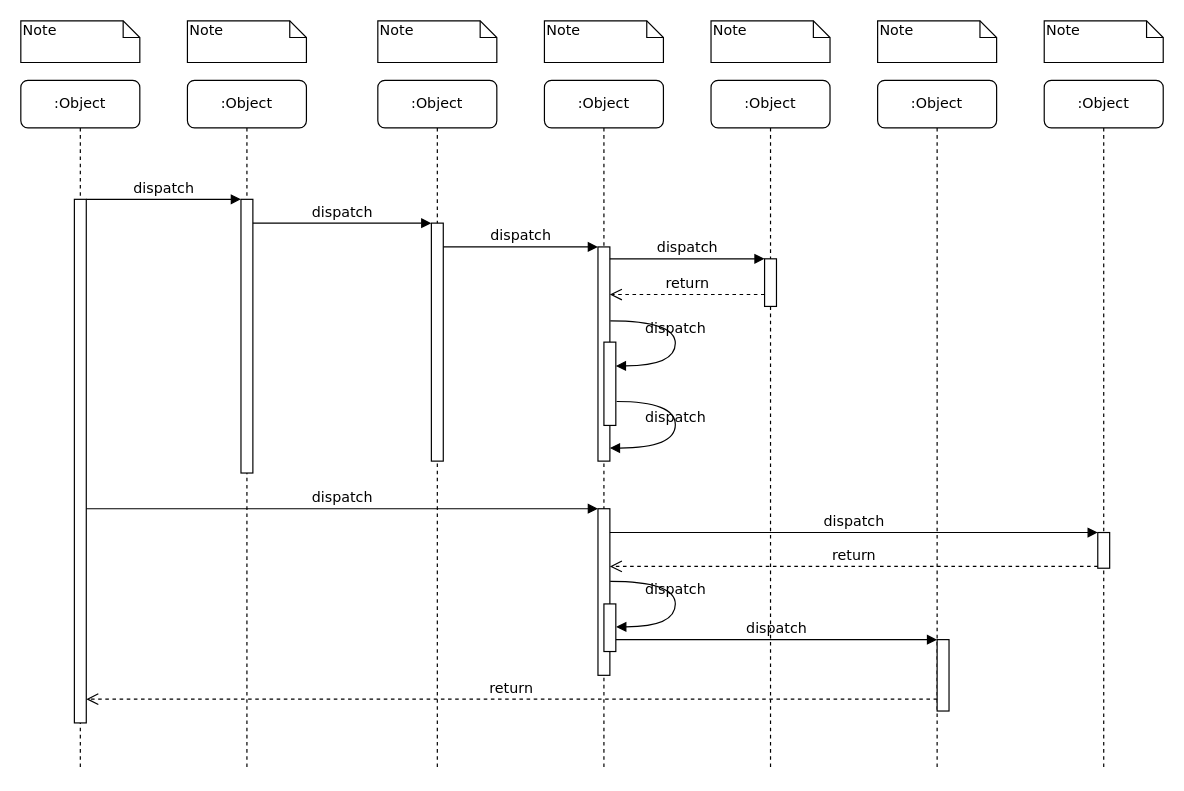
Above: sequence coursework.drawio in StanEkso/kanban-projecting (draw.io), before the change. Source tidied: cells renumbered, new cells numbered last; positions are measured from the earlier drawing's top-left corner, leaving out a move shared by most shapes. Both pictures are drawn from the tidied source at 119%, with x=0, y=0 at pixel (20, 20).
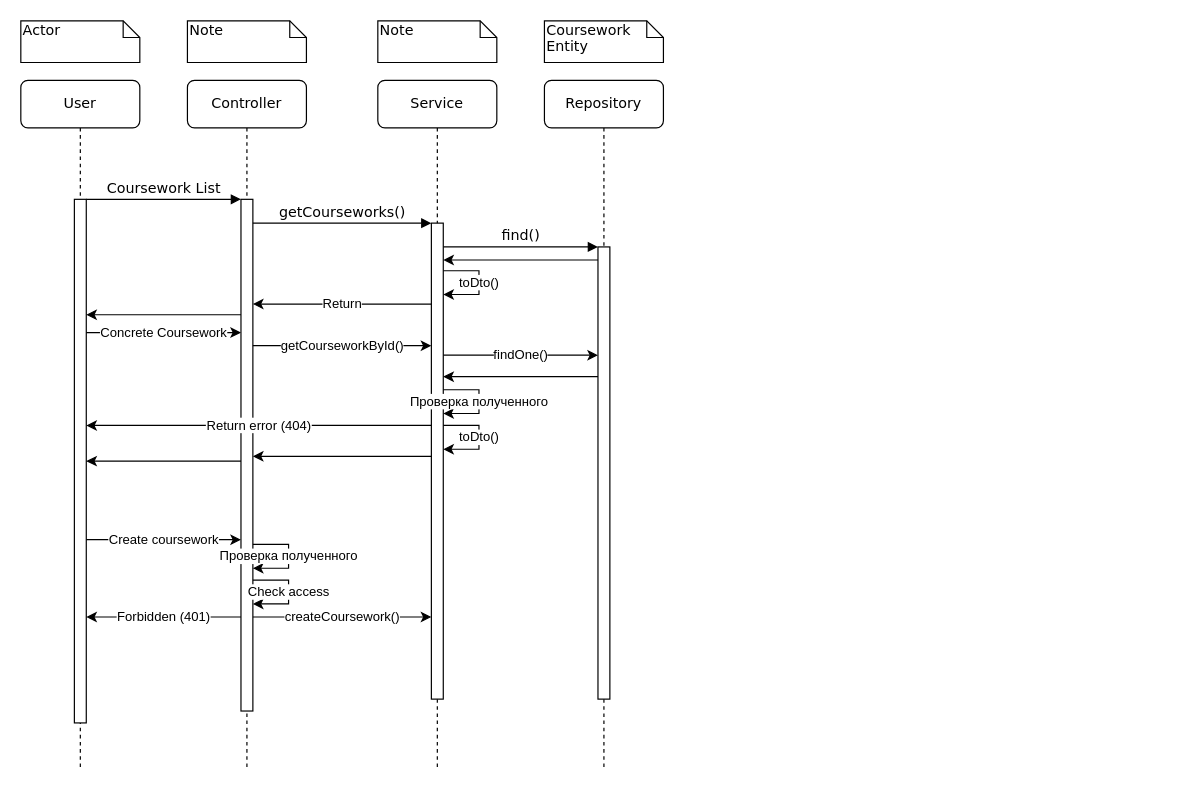
The same page after the edit.

Commit message:
feat: some functionality with coursework

The change refers to these unchanged cells:
```xml
<mxCell id="11" style="html=1;points=[];perimeter=orthogonalPerimeter;rounded=0;shadow=0;comic=0;labelBackgroundColor=none;strokeWidth=1;fontFamily=Verdana;fontSize=12;align=center;" parent="10" vertex="1">
  <mxGeometry x="45" y="100" width="10" height="440" as="geometry" />
</mxCell>
```

The edit, as a diff of the source:
```diff
@@
-    <mxCell id="2" value=":Object" style="shape=umlLifeline;perimeter=lifelinePerimeter;whiteSpace=wrap;html=1;rounded=1;shadow=0;comic=0;labelBackgroundColor=none;strokeWidth=1;fontFamily=Verdana;fontSize=12;align=center;" parent="1" vertex="1">
+    <mxCell id="2" value="Controller" style="shape=umlLifeline;perimeter=lifelinePerimeter;whiteSpace=wrap;html=1;rounded=1;shadow=0;comic=0;labelBackgroundColor=none;strokeWidth=1;fontFamily=Verdana;fontSize=12;align=center;" parent="1" vertex="1">
       <mxGeometry x="140" y="50" width="100" height="580" as="geometry" />
     </mxCell>
     <mxCell id="3" style="html=1;points=[];perimeter=orthogonalPerimeter;rounded=0;shadow=0;comic=0;labelBackgroundColor=none;strokeWidth=1;fontFamily=Verdana;fontSize=12;align=center;" parent="2" vertex="1">
-      <mxGeometry x="45" y="100" width="10" height="230" as="geometry" />
+      <mxGeometry x="45" y="100" width="10" height="430" as="geometry" />
     </mxCell>
+    <mxCell id="39" value="Проверка полученного" style="endArrow=classic;html=1;rounded=0;" parent="2" edge="1">
+      <mxGeometry relative="1" as="geometry">
+        <mxPoint x="55" y="390" as="sourcePoint" />
+        <mxPoint x="55" y="410" as="targetPoint" />
+        <Array as="points">
+          <mxPoint x="85" y="390" />
+          <mxPoint x="85" y="410" />
+        </Array>
+      </mxGeometry>
+    </mxCell>
+    <mxCell id="40" value="Check access" style="endArrow=classic;html=1;rounded=0;" parent="2" edge="1">
+      <mxGeometry relative="1" as="geometry">
+        <mxPoint x="55" y="420" as="sourcePoint" />
+        <mxPoint x="55" y="440" as="targetPoint" />
+        <Array as="points">
+          <mxPoint x="85" y="420" />
+          <mxPoint x="85" y="440" />
+        </Array>
+      </mxGeometry>
+    </mxCell>
-    <mxCell id="4" value=":Object" style="shape=umlLifeline;perimeter=lifelinePerimeter;whiteSpace=wrap;html=1;rounded=1;shadow=0;comic=0;labelBackgroundColor=none;strokeWidth=1;fontFamily=Verdana;fontSize=12;align=center;" parent="1" vertex="1">
+    <mxCell id="4" value="Service" style="shape=umlLifeline;perimeter=lifelinePerimeter;whiteSpace=wrap;html=1;rounded=1;shadow=0;comic=0;labelBackgroundColor=none;strokeWidth=1;fontFamily=Verdana;fontSize=12;align=center;" parent="1" vertex="1">
       <mxGeometry x="300" y="50" width="100" height="580" as="geometry" />
     </mxCell>
     <mxCell id="5" style="html=1;points=[];perimeter=orthogonalPerimeter;rounded=0;shadow=0;comic=0;labelBackgroundColor=none;strokeWidth=1;fontFamily=Verdana;fontSize=12;align=center;" parent="4" vertex="1">
-      <mxGeometry x="45" y="120" width="10" height="200" as="geometry" />
+      <mxGeometry x="45" y="120" width="10" height="400" as="geometry" />
     </mxCell>
+    <mxCell id="41" value="toDto()" style="endArrow=classic;html=1;rounded=0;" parent="4" edge="1" source="5">
+      <mxGeometry relative="1" as="geometry">
+        <mxPoint x="55" y="180" as="targetPoint" />
+        <Array as="points">
+          <mxPoint x="85" y="160" />
+          <mxPoint x="85" y="180" />
+        </Array>
+      </mxGeometry>
+    </mxCell>
+    <mxCell id="42" value="Проверка полученного" style="endArrow=classic;html=1;rounded=0;" parent="4" edge="1">
+      <mxGeometry relative="1" as="geometry">
+        <mxPoint x="55" y="260" as="sourcePoint" />
+        <mxPoint x="55" y="280" as="targetPoint" />
+        <Array as="points">
+          <mxPoint x="85" y="260" />
+          <mxPoint x="85" y="280" />
+        </Array>
+      </mxGeometry>
+    </mxCell>
+    <mxCell id="43" value="toDto()" style="endArrow=classic;html=1;rounded=0;" parent="4" edge="1">
+      <mxGeometry relative="1" as="geometry">
+        <mxPoint x="55" y="290" as="sourcePoint" />
+        <mxPoint x="55" y="310" as="targetPoint" />
+        <Array as="points">
+          <mxPoint x="85" y="290" />
+          <mxPoint x="85" y="310" />
+        </Array>
+      </mxGeometry>
+    </mxCell>
-    <mxCell id="6" value=":Object" style="shape=umlLifeline;perimeter=lifelinePerimeter;whiteSpace=wrap;html=1;rounded=1;shadow=0;comic=0;labelBackgroundColor=none;strokeWidth=1;fontFamily=Verdana;fontSize=12;align=center;" parent="1" vertex="1">
+    <mxCell id="6" value="Repository" style="shape=umlLifeline;perimeter=lifelinePerimeter;whiteSpace=wrap;html=1;rounded=1;shadow=0;comic=0;labelBackgroundColor=none;strokeWidth=1;fontFamily=Verdana;fontSize=12;align=center;" parent="1" vertex="1">
       <mxGeometry x="440" y="50" width="100" height="580" as="geometry" />
     </mxCell>
-    <mxCell id="7" value=":Object" style="shape=umlLifeline;perimeter=lifelinePerimeter;whiteSpace=wrap;html=1;rounded=1;shadow=0;comic=0;labelBackgroundColor=none;strokeWidth=1;fontFamily=Verdana;fontSize=12;align=center;" parent="1" vertex="1">
-      <mxGeometry x="580" y="50" width="100" height="580" as="geometry" />
-    </mxCell>
-    <mxCell id="8" value=":Object" style="shape=umlLifeline;perimeter=lifelinePerimeter;whiteSpace=wrap;html=1;rounded=1;shadow=0;comic=0;labelBackgroundColor=none;strokeWidth=1;fontFamily=Verdana;fontSize=12;align=center;" parent="1" vertex="1">
-      <mxGeometry x="720" y="50" width="100" height="580" as="geometry" />
-    </mxCell>
-    <mxCell id="9" value=":Object" style="shape=umlLifeline;perimeter=lifelinePerimeter;whiteSpace=wrap;html=1;rounded=1;shadow=0;comic=0;labelBackgroundColor=none;strokeWidth=1;fontFamily=Verdana;fontSize=12;align=center;" parent="1" vertex="1">
-      <mxGeometry x="860" y="50" width="100" height="580" as="geometry" />
-    </mxCell>
-    <mxCell id="10" value=":Object" style="shape=umlLifeline;perimeter=lifelinePerimeter;whiteSpace=wrap;html=1;rounded=1;shadow=0;comic=0;labelBackgroundColor=none;strokeWidth=1;fontFamily=Verdana;fontSize=12;align=center;" parent="1" vertex="1">
+    <mxCell id="10" value="User" style="shape=umlLifeline;perimeter=lifelinePerimeter;whiteSpace=wrap;html=1;rounded=1;shadow=0;comic=0;labelBackgroundColor=none;strokeWidth=1;fontFamily=Verdana;fontSize=12;align=center;" parent="1" vertex="1">
       <mxGeometry y="50" width="100" height="580" as="geometry" />
     </mxCell>
@@
     <mxCell id="12" style="html=1;points=[];perimeter=orthogonalPerimeter;rounded=0;shadow=0;comic=0;labelBackgroundColor=none;strokeWidth=1;fontFamily=Verdana;fontSize=12;align=center;" parent="1" vertex="1">
-      <mxGeometry x="485" y="190" width="10" height="180" as="geometry" />
+      <mxGeometry x="485" y="190" width="10" height="380" as="geometry" />
     </mxCell>
-    <mxCell id="13" value="dispatch" style="html=1;verticalAlign=bottom;endArrow=block;labelBackgroundColor=none;fontFamily=Verdana;fontSize=12;edgeStyle=elbowEdgeStyle;elbow=vertical;" parent="1" edge="1" source="5" target="12">
+    <mxCell id="13" value="find()" style="html=1;verticalAlign=bottom;endArrow=block;labelBackgroundColor=none;fontFamily=Verdana;fontSize=12;edgeStyle=elbowEdgeStyle;elbow=vertical;" parent="1" edge="1" source="5" target="12">
       <mxGeometry relative="1" as="geometry">
         <Array as="points">
           <mxPoint x="360" y="190" />
         </Array>
       </mxGeometry>
     </mxCell>
-    <mxCell id="14" style="html=1;points=[];perimeter=orthogonalPerimeter;rounded=0;shadow=0;comic=0;labelBackgroundColor=none;strokeWidth=1;fontFamily=Verdana;fontSize=12;align=center;" parent="1" vertex="1">
-      <mxGeometry x="625" y="200" width="10" height="40" as="geometry" />
-    </mxCell>
-    <mxCell id="15" value="dispatch" style="html=1;verticalAlign=bottom;endArrow=block;entryX=0;entryY=0;labelBackgroundColor=none;fontFamily=Verdana;fontSize=12;edgeStyle=elbowEdgeStyle;elbow=vertical;" parent="1" edge="1" source="12" target="14">
-      <mxGeometry relative="1" as="geometry" />
-    </mxCell>
-    <mxCell id="16" value="return" style="html=1;verticalAlign=bottom;endArrow=open;dashed=1;endSize=8;labelBackgroundColor=none;fontFamily=Verdana;fontSize=12;edgeStyle=elbowEdgeStyle;elbow=vertical;" parent="1" edge="1" source="14" target="12">
-      <mxGeometry relative="1" as="geometry">
-        <Array as="points">
-          <mxPoint x="570" y="230" />
-          <mxPoint x="600" y="230" />
-        </Array>
-      </mxGeometry>
-    </mxCell>
-    <mxCell id="17" style="html=1;points=[];perimeter=orthogonalPerimeter;rounded=0;shadow=0;comic=0;labelBackgroundColor=none;strokeWidth=1;fontFamily=Verdana;fontSize=12;align=center;" parent="1" vertex="1">
-      <mxGeometry x="485" y="410" width="10" height="140" as="geometry" />
-    </mxCell>
-    <mxCell id="18" value="dispatch" style="html=1;verticalAlign=bottom;endArrow=block;entryX=0;entryY=0;labelBackgroundColor=none;fontFamily=Verdana;fontSize=12;" parent="1" edge="1" source="11" target="17">
-      <mxGeometry relative="1" as="geometry" />
-    </mxCell>
-    <mxCell id="19" style="html=1;points=[];perimeter=orthogonalPerimeter;rounded=0;shadow=0;comic=0;labelBackgroundColor=none;strokeColor=#000000;strokeWidth=1;fillColor=#FFFFFF;fontFamily=Verdana;fontSize=12;fontColor=#000000;align=center;" parent="1" vertex="1">
-      <mxGeometry x="905" y="430" width="10" height="30" as="geometry" />
-    </mxCell>
-    <mxCell id="20" value="dispatch" style="html=1;verticalAlign=bottom;endArrow=block;entryX=0;entryY=0;labelBackgroundColor=none;fontFamily=Verdana;fontSize=12;" parent="1" edge="1" source="17" target="19">
-      <mxGeometry relative="1" as="geometry" />
-    </mxCell>
-    <mxCell id="21" value="return" style="html=1;verticalAlign=bottom;endArrow=open;dashed=1;endSize=8;exitX=0;exitY=0.95;labelBackgroundColor=none;fontFamily=Verdana;fontSize=12;" parent="1" edge="1" source="19" target="17">
-      <mxGeometry relative="1" as="geometry" />
-    </mxCell>
-    <mxCell id="22" style="html=1;points=[];perimeter=orthogonalPerimeter;rounded=0;shadow=0;comic=0;labelBackgroundColor=none;strokeWidth=1;fontFamily=Verdana;fontSize=12;align=center;" parent="1" vertex="1">
-      <mxGeometry x="770" y="520" width="10" height="60" as="geometry" />
-    </mxCell>
-    <mxCell id="23" value="dispatch" style="html=1;verticalAlign=bottom;endArrow=block;entryX=0;entryY=0;labelBackgroundColor=none;fontFamily=Verdana;fontSize=12;edgeStyle=elbowEdgeStyle;elbow=vertical;" parent="1" edge="1" source="30" target="22">
-      <mxGeometry relative="1" as="geometry" />
-    </mxCell>
-    <mxCell id="24" value="return" style="html=1;verticalAlign=bottom;endArrow=open;dashed=1;endSize=8;labelBackgroundColor=none;fontFamily=Verdana;fontSize=12;edgeStyle=elbowEdgeStyle;elbow=vertical;" parent="1" edge="1" source="22" target="11">
-      <mxGeometry relative="1" as="geometry">
-        <Array as="points">
-          <mxPoint x="470" y="570" />
-        </Array>
-      </mxGeometry>
-    </mxCell>
-    <mxCell id="25" value="dispatch" style="html=1;verticalAlign=bottom;endArrow=block;entryX=0;entryY=0;labelBackgroundColor=none;fontFamily=Verdana;fontSize=12;edgeStyle=elbowEdgeStyle;elbow=vertical;" parent="1" edge="1" source="11" target="3">
+    <mxCell id="25" value="Coursework List" style="html=1;verticalAlign=bottom;endArrow=block;entryX=0;entryY=0;labelBackgroundColor=none;fontFamily=Verdana;fontSize=12;edgeStyle=elbowEdgeStyle;elbow=vertical;" parent="1" edge="1" source="11" target="3">
       <mxGeometry relative="1" as="geometry" />
     </mxCell>
-    <mxCell id="26" value="dispatch" style="html=1;verticalAlign=bottom;endArrow=block;entryX=0;entryY=0;labelBackgroundColor=none;fontFamily=Verdana;fontSize=12;edgeStyle=elbowEdgeStyle;elbow=vertical;" parent="1" edge="1" source="3" target="5">
+    <mxCell id="26" value="getCourseworks()" style="html=1;verticalAlign=bottom;endArrow=block;entryX=0;entryY=0;labelBackgroundColor=none;fontFamily=Verdana;fontSize=12;edgeStyle=elbowEdgeStyle;elbow=vertical;" parent="1" edge="1" source="3" target="5">
       <mxGeometry relative="1" as="geometry" />
     </mxCell>
-    <mxCell id="27" style="html=1;points=[];perimeter=orthogonalPerimeter;rounded=0;shadow=0;comic=0;labelBackgroundColor=none;strokeWidth=1;fontFamily=Verdana;fontSize=12;align=center;" parent="1" vertex="1">
-      <mxGeometry x="490" y="270" width="10" height="70" as="geometry" />
-    </mxCell>
-    <mxCell id="28" value="dispatch" style="html=1;verticalAlign=bottom;endArrow=block;labelBackgroundColor=none;fontFamily=Verdana;fontSize=12;elbow=vertical;edgeStyle=orthogonalEdgeStyle;curved=1;entryX=1;entryY=0.286;entryPerimeter=0;exitX=1.038;exitY=0.345;exitPerimeter=0;" parent="1" edge="1" source="12" target="27">
-      <mxGeometry relative="1" as="geometry">
-        <Array as="points">
-          <mxPoint x="550" y="252" />
-          <mxPoint x="550" y="290" />
-        </Array>
-      </mxGeometry>
-    </mxCell>
-    <mxCell id="29" value="dispatch" style="html=1;verticalAlign=bottom;endArrow=block;labelBackgroundColor=none;fontFamily=Verdana;fontSize=12;elbow=vertical;edgeStyle=orthogonalEdgeStyle;curved=1;exitX=1.066;exitY=0.713;exitPerimeter=0;" parent="1" edge="1" source="27">
-      <mxGeometry relative="1" as="geometry">
-        <mxPoint x="495" y="359" as="targetPoint" />
-        <Array as="points">
-          <mxPoint x="550" y="320" />
-          <mxPoint x="550" y="359" />
-        </Array>
-      </mxGeometry>
-    </mxCell>
-    <mxCell id="30" style="html=1;points=[];perimeter=orthogonalPerimeter;rounded=0;shadow=0;comic=0;labelBackgroundColor=none;strokeWidth=1;fontFamily=Verdana;fontSize=12;align=center;" parent="1" vertex="1">
-      <mxGeometry x="490" y="490" width="10" height="40" as="geometry" />
-    </mxCell>
-    <mxCell id="31" value="dispatch" style="html=1;verticalAlign=bottom;endArrow=block;labelBackgroundColor=none;fontFamily=Verdana;fontSize=12;elbow=vertical;edgeStyle=orthogonalEdgeStyle;curved=1;entryX=1;entryY=0.286;entryPerimeter=0;exitX=1.038;exitY=0.345;exitPerimeter=0;" parent="1" edge="1">
-      <mxGeometry relative="1" as="geometry">
-        <mxPoint x="495.3" y="471" as="sourcePoint" />
-        <mxPoint x="500.3" y="509.3" as="targetPoint" />
-        <Array as="points">
-          <mxPoint x="550" y="471" />
-          <mxPoint x="550" y="509" />
-        </Array>
-      </mxGeometry>
-    </mxCell>
-    <mxCell id="32" value="Note" style="shape=note;whiteSpace=wrap;html=1;size=14;verticalAlign=top;align=left;spacingTop=-6;rounded=0;shadow=0;comic=0;labelBackgroundColor=none;strokeWidth=1;fontFamily=Verdana;fontSize=12;" parent="1" vertex="1">
+    <mxCell id="32" value="Actor" style="shape=note;whiteSpace=wrap;html=1;size=14;verticalAlign=top;align=left;spacingTop=-6;rounded=0;shadow=0;comic=0;labelBackgroundColor=none;strokeWidth=1;fontFamily=Verdana;fontSize=12;" parent="1" vertex="1">
       <mxGeometry width="100" height="35" as="geometry" />
     </mxCell>
@@
-    <mxCell id="35" value="Note" style="shape=note;whiteSpace=wrap;html=1;size=14;verticalAlign=top;align=left;spacingTop=-6;rounded=0;shadow=0;comic=0;labelBackgroundColor=none;strokeWidth=1;fontFamily=Verdana;fontSize=12;" parent="1" vertex="1">
+    <mxCell id="35" value="Coursework Entity" style="shape=note;whiteSpace=wrap;html=1;size=14;verticalAlign=top;align=left;spacingTop=-6;rounded=0;shadow=0;comic=0;labelBackgroundColor=none;strokeWidth=1;fontFamily=Verdana;fontSize=12;" parent="1" vertex="1">
       <mxGeometry x="440" width="100" height="35" as="geometry" />
     </mxCell>
-    <mxCell id="36" value="Note" style="shape=note;whiteSpace=wrap;html=1;size=14;verticalAlign=top;align=left;spacingTop=-6;rounded=0;shadow=0;comic=0;labelBackgroundColor=none;strokeWidth=1;fontFamily=Verdana;fontSize=12;" parent="1" vertex="1">
-      <mxGeometry x="580" width="100" height="35" as="geometry" />
-    </mxCell>
-    <mxCell id="37" value="Note" style="shape=note;whiteSpace=wrap;html=1;size=14;verticalAlign=top;align=left;spacingTop=-6;rounded=0;shadow=0;comic=0;labelBackgroundColor=none;strokeWidth=1;fontFamily=Verdana;fontSize=12;" parent="1" vertex="1">
-      <mxGeometry x="720" width="100" height="35" as="geometry" />
-    </mxCell>
-    <mxCell id="38" value="Note" style="shape=note;whiteSpace=wrap;html=1;size=14;verticalAlign=top;align=left;spacingTop=-6;rounded=0;shadow=0;comic=0;labelBackgroundColor=none;strokeWidth=1;fontFamily=Verdana;fontSize=12;" parent="1" vertex="1">
-      <mxGeometry x="860" width="100" height="35" as="geometry" />
-    </mxCell>
+    <mxCell id="44" style="endArrow=classic;html=1;rounded=0;" parent="1" edge="1">
+      <mxGeometry relative="1" as="geometry">
+        <mxPoint x="485" y="201" as="sourcePoint" />
+        <mxPoint x="355" y="201" as="targetPoint" />
+      </mxGeometry>
+    </mxCell>
+    <mxCell id="45" value="Return" style="endArrow=classic;html=1;rounded=0;" parent="1" edge="1">
+      <mxGeometry relative="1" as="geometry">
+        <mxPoint x="345" y="238" as="sourcePoint" />
+        <mxPoint x="195" y="238" as="targetPoint" />
+      </mxGeometry>
+    </mxCell>
+    <mxCell id="46" style="endArrow=classic;html=1;rounded=0;" parent="1" edge="1">
+      <mxGeometry relative="1" as="geometry">
+        <mxPoint x="185" y="247" as="sourcePoint" />
+        <mxPoint x="55" y="247" as="targetPoint" />
+      </mxGeometry>
+    </mxCell>
+    <mxCell id="47" value="Concrete Coursework" style="endArrow=classic;html=1;rounded=0;" parent="1" edge="1">
+      <mxGeometry relative="1" as="geometry">
+        <mxPoint x="55" y="262" as="sourcePoint" />
+        <mxPoint x="185" y="262" as="targetPoint" />
+      </mxGeometry>
+    </mxCell>
+    <mxCell id="48" value="getCourseworkById()" style="endArrow=classic;html=1;rounded=0;" parent="1" edge="1">
+      <mxGeometry relative="1" as="geometry">
+        <mxPoint x="195" y="273" as="sourcePoint" />
+        <mxPoint x="345" y="273" as="targetPoint" />
+      </mxGeometry>
+    </mxCell>
+    <mxCell id="49" value="findOne()" style="endArrow=classic;html=1;rounded=0;" parent="1" edge="1">
+      <mxGeometry relative="1" as="geometry">
+        <mxPoint x="355" y="281" as="sourcePoint" />
+        <mxPoint x="485" y="281" as="targetPoint" />
+      </mxGeometry>
+    </mxCell>
+    <mxCell id="50" style="endArrow=classic;html=1;rounded=0;" parent="1" edge="1">
+      <mxGeometry relative="1" as="geometry">
+        <mxPoint x="485" y="299" as="sourcePoint" />
+        <mxPoint x="355" y="299" as="targetPoint" />
+      </mxGeometry>
+    </mxCell>
+    <mxCell id="51" value="Return error (404)" style="endArrow=classic;html=1;rounded=0;" parent="1" edge="1" target="11">
+      <mxGeometry relative="1" as="geometry">
+        <mxPoint x="345" y="340" as="sourcePoint" />
+      </mxGeometry>
+    </mxCell>
+    <mxCell id="52" style="endArrow=classic;html=1;rounded=0;" parent="1" edge="1">
+      <mxGeometry relative="1" as="geometry">
+        <mxPoint x="345" y="366" as="sourcePoint" />
+        <mxPoint x="195" y="366" as="targetPoint" />
+      </mxGeometry>
+    </mxCell>
+    <mxCell id="53" style="endArrow=classic;html=1;rounded=0;" parent="1" edge="1">
+      <mxGeometry relative="1" as="geometry">
+        <mxPoint x="185" y="370" as="sourcePoint" />
+        <mxPoint x="55" y="370" as="targetPoint" />
+      </mxGeometry>
+    </mxCell>
+    <mxCell id="54" value="Create coursework" style="endArrow=classic;html=1;rounded=0;" parent="1" edge="1">
+      <mxGeometry relative="1" as="geometry">
+        <mxPoint x="55" y="436" as="sourcePoint" />
+        <mxPoint x="185" y="436" as="targetPoint" />
+      </mxGeometry>
+    </mxCell>
+    <mxCell id="55" value="createCoursework()" style="endArrow=classic;html=1;rounded=0;" parent="1" edge="1">
+      <mxGeometry relative="1" as="geometry">
+        <mxPoint x="195" y="501" as="sourcePoint" />
+        <mxPoint x="345" y="501" as="targetPoint" />
+      </mxGeometry>
+    </mxCell>
+    <mxCell id="56" value="Forbidden (401)" style="endArrow=classic;html=1;rounded=0;" parent="1" edge="1">
+      <mxGeometry relative="1" as="geometry">
+        <mxPoint x="185" y="501" as="sourcePoint" />
+        <mxPoint x="55" y="501" as="targetPoint" />
+      </mxGeometry>
+    </mxCell>
```
